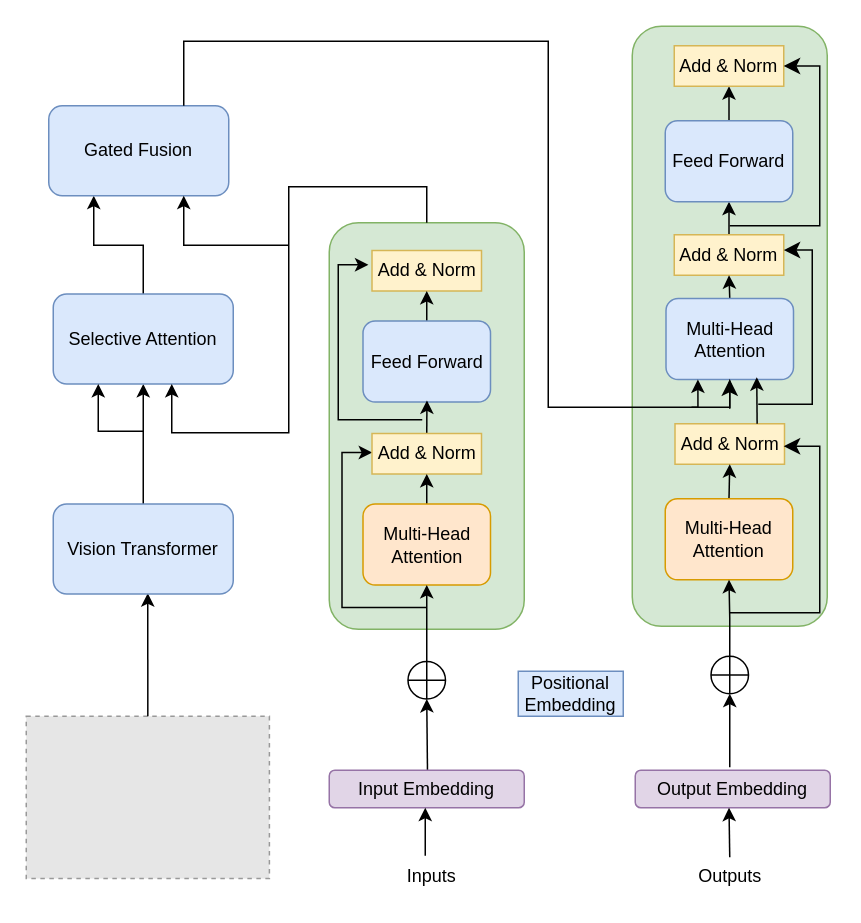
This is Multimodal Transformer.drawio from babangain/drawio, a draw.io file, before an edit. Source tidied: cells renumbered, new cells numbered last; positions are measured from the earlier drawing's top-left corner, leaving out a move shared by most shapes. Both pictures are drawn from the tidied source at 150%, with x=0, y=0 at pixel (26, 26). Pictures stored in the file or linked from it are replaced by grey dashed boxes.
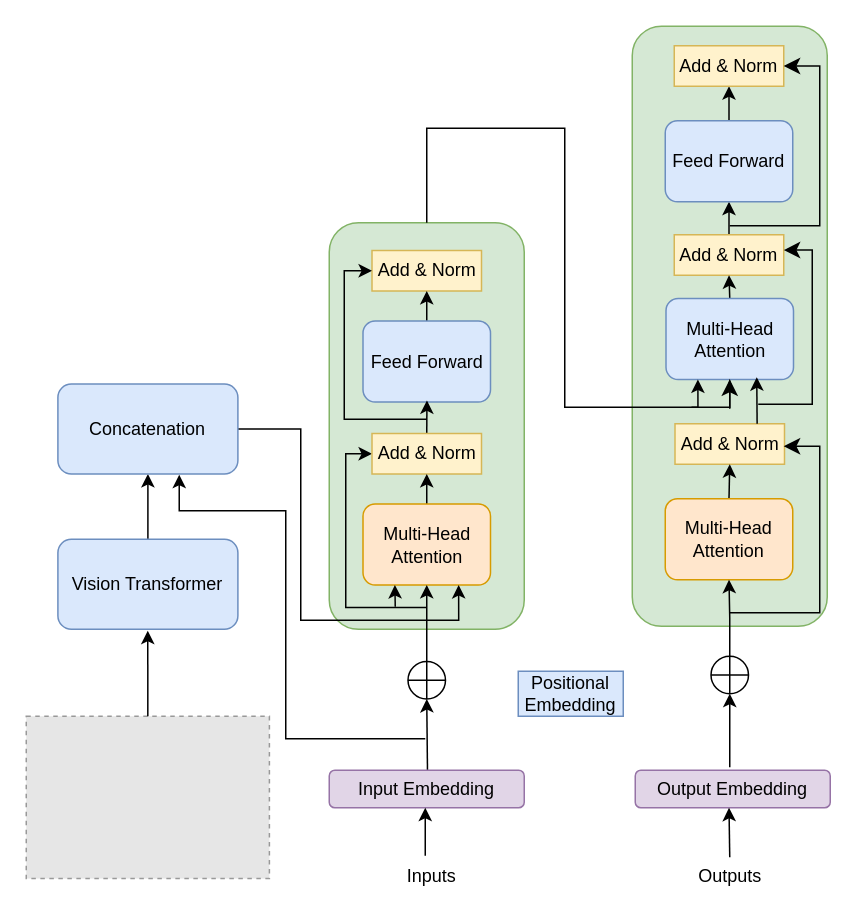
After the change.

Unchanged cells that the change refers to:
```xml
<mxCell id="2" style="rounded=1;whiteSpace=wrap;html=1;fillColor=#d5e8d4;strokeColor=#82b366;" parent="1" vertex="1">
  <mxGeometry x="202" y="131" width="130" height="271" as="geometry" />
</mxCell>
<mxCell id="3" value="Add &amp;amp; Norm" style="rounded=0;whiteSpace=wrap;html=1;fillColor=#fff2cc;strokeColor=#d6b656;flipV=1;" parent="1" vertex="1">
  <mxGeometry x="230.5" y="149.5" width="73" height="27" as="geometry" />
</mxCell>
<mxCell id="8" value="Add &amp;amp; Norm" style="rounded=0;whiteSpace=wrap;html=1;fillColor=#fff2cc;strokeColor=#d6b656;flipV=1;" parent="1" vertex="1">
  <mxGeometry x="230.5" y="271.5" width="73" height="27" as="geometry" />
</mxCell>
<mxCell id="10" value="Multi-Head&lt;br&gt;Attention" style="rounded=1;whiteSpace=wrap;html=1;fillColor=#ffe6cc;strokeColor=#d79b00;flipV=1;" parent="1" vertex="1">
  <mxGeometry x="224.5" y="318.5" width="85" height="54" as="geometry" />
</mxCell>
<mxCell id="18" value="Multi-Head&lt;br&gt;Attention" style="rounded=1;whiteSpace=wrap;html=1;fillColor=#dae8fc;strokeColor=#6c8ebf;flipV=1;" parent="1" vertex="1">
  <mxGeometry x="426.5" y="181.5" width="85" height="54" as="geometry" />
</mxCell>
<mxCell id="37" style="fillColor=#E6E6E6;strokeColor=#999999;dashed=1;verticalLabelPosition=bottom;labelBackgroundColor=default;verticalAlign=top;" parent="1" vertex="1">
  <mxGeometry y="460" width="162.1" height="108.2" as="geometry" />
</mxCell>
```

What changed in the source:
```diff
@@
-    <mxCell id="6" style="edgeStyle=orthogonalEdgeStyle;rounded=0;orthogonalLoop=1;jettySize=auto;html=1;exitX=0;exitY=0.5;exitDx=0;exitDy=0;startArrow=classic;startFill=1;endArrow=none;endFill=0;" parent="1" edge="1">
+    <mxCell id="6" style="edgeStyle=orthogonalEdgeStyle;rounded=0;jettySize=auto;html=1;exitX=0;exitY=0.5;exitDx=0;exitDy=0;startArrow=classic;startFill=1;endArrow=none;endFill=0;" parent="1" edge="1" source="8">
       <mxGeometry relative="1" as="geometry">
-        <mxPoint x="230.6" y="284.2" as="sourcePoint" />
         <mxPoint x="266.5" y="387.5" as="targetPoint" />
         <Array as="points">
-          <mxPoint x="210.5" y="283.5" />
-          <mxPoint x="210.5" y="387.5" />
-          <mxPoint x="224.5" y="387.5" />
+          <mxPoint x="213" y="285" />
+          <mxPoint x="213" y="388" />
         </Array>
       </mxGeometry>
     </mxCell>
@@
-    <mxCell id="31" style="edgeStyle=orthogonalEdgeStyle;rounded=0;orthogonalLoop=1;jettySize=auto;html=1;exitX=0;exitY=0.5;exitDx=0;exitDy=0;startArrow=classic;startFill=1;endArrow=none;endFill=0;" parent="1" edge="1">
+    <mxCell id="31" style="edgeStyle=orthogonalEdgeStyle;rounded=0;jettySize=auto;html=1;exitX=0;exitY=0.5;exitDx=0;exitDy=0;startArrow=classic;startFill=1;endArrow=none;endFill=0;" parent="1" edge="1" source="3">
       <mxGeometry relative="1" as="geometry">
-        <mxPoint x="228.1" y="159" as="sourcePoint" />
-        <mxPoint x="264" y="262.3" as="targetPoint" />
+        <mxPoint x="267" y="262" as="targetPoint" />
         <Array as="points">
-          <mxPoint x="208" y="158.3" />
-          <mxPoint x="208" y="262.3" />
-          <mxPoint x="222" y="262.3" />
+          <mxPoint x="212" y="163" />
+          <mxPoint x="212" y="262" />
         </Array>
       </mxGeometry>
     </mxCell>
@@
     <mxCell id="38" style="endArrow=classic;html=1;rounded=0;exitX=0.5;exitY=0;exitDx=0;exitDy=0;" parent="1" edge="1" source="37">
       <mxGeometry relative="1" as="geometry">
-        <mxPoint x="81" y="378" as="targetPoint" />
+        <mxPoint x="81" y="403" as="targetPoint" />
       </mxGeometry>
     </mxCell>
-    <mxCell id="39" style="edgeStyle=orthogonalEdgeStyle;rounded=0;jettySize=auto;html=1;" parent="1" edge="1" source="40" target="42">
-      <mxGeometry relative="1" as="geometry" />
+    <mxCell id="39" style="edgeStyle=orthogonalEdgeStyle;rounded=0;jettySize=auto;html=1;entryX=0.75;entryY=1;entryDx=0;entryDy=0;exitX=1;exitY=0.5;exitDx=0;exitDy=0;" parent="1" edge="1" source="55" target="10">
+      <mxGeometry relative="1" as="geometry">
+        <Array as="points">
+          <mxPoint x="183" y="269" />
+          <mxPoint x="183" y="396" />
+          <mxPoint x="288" y="396" />
+        </Array>
+      </mxGeometry>
     </mxCell>
+    <mxCell id="53" style="edgeStyle=orthogonalEdgeStyle;rounded=0;jettySize=auto;html=1;" parent="1" edge="1" source="40" target="55">
+      <mxGeometry relative="1" as="geometry" />
+    </mxCell>
     <mxCell id="40" value="Vision Transformer" style="rounded=1;whiteSpace=wrap;html=1;fillColor=#dae8fc;strokeColor=#6c8ebf;" parent="1" vertex="1">
-      <mxGeometry x="18" y="318.5" width="120" height="60" as="geometry" />
+      <mxGeometry x="21.1" y="342" width="120" height="60" as="geometry" />
     </mxCell>
-    <mxCell id="41" style="edgeStyle=orthogonalEdgeStyle;rounded=0;jettySize=auto;html=1;entryX=0.25;entryY=1;entryDx=0;entryDy=0;" parent="1" edge="1" source="42" target="45">
-      <mxGeometry relative="1" as="geometry">
-        <Array as="points">
-          <mxPoint x="78" y="146" />
-          <mxPoint x="45" y="146" />
-        </Array>
-      </mxGeometry>
-    </mxCell>
-    <mxCell id="42" value="Selective Attention" style="whiteSpace=wrap;html=1;fillColor=#dae8fc;strokeColor=#6c8ebf;rounded=1;" parent="1" vertex="1">
-      <mxGeometry x="18" y="178.5" width="120" height="60" as="geometry" />
-    </mxCell>
-    <mxCell id="43" style="edgeStyle=orthogonalEdgeStyle;rounded=0;jettySize=auto;html=1;startArrow=classic;startFill=1;endArrow=none;endFill=0;entryX=0.5;entryY=0;entryDx=0;entryDy=0;" parent="1" edge="1" source="42" target="2">
-      <mxGeometry relative="1" as="geometry">
-        <Array as="points">
-          <mxPoint x="97" y="271" />
-          <mxPoint x="175" y="271" />
-          <mxPoint x="175" y="107" />
-          <mxPoint x="267" y="107" />
-        </Array>
-      </mxGeometry>
-    </mxCell>
-    <mxCell id="44" style="endArrow=classic;html=1;rounded=0;entryX=0.25;entryY=1;entryDx=0;entryDy=0;" parent="1" edge="1" target="42">
-      <mxGeometry relative="1" as="geometry">
-        <mxPoint x="78" y="270" as="sourcePoint" />
-        <Array as="points">
-          <mxPoint x="48" y="270" />
-        </Array>
-      </mxGeometry>
-    </mxCell>
-    <mxCell id="45" value="Gated Fusion" style="whiteSpace=wrap;html=1;fillColor=#dae8fc;strokeColor=#6c8ebf;rounded=1;" parent="1" vertex="1">
-      <mxGeometry x="15" y="53" width="120" height="60" as="geometry" />
-    </mxCell>
-    <mxCell id="46" style="endArrow=classic;html=1;rounded=0;entryX=0.75;entryY=1;entryDx=0;entryDy=0;" parent="1" edge="1" target="45">
-      <mxGeometry relative="1" as="geometry">
-        <mxPoint x="175" y="146" as="sourcePoint" />
-        <Array as="points">
-          <mxPoint x="105" y="146" />
-        </Array>
-      </mxGeometry>
-    </mxCell>
-    <mxCell id="47" style="edgeStyle=orthogonalEdgeStyle;rounded=0;jettySize=auto;html=1;startArrow=classic;startFill=1;endArrow=none;endFill=0;exitX=0.25;exitY=1;exitDx=0;exitDy=0;entryX=0.75;entryY=0;entryDx=0;entryDy=0;" parent="1" edge="1" source="18" target="45">
+    <mxCell id="47" style="edgeStyle=orthogonalEdgeStyle;rounded=0;jettySize=auto;html=1;startArrow=classic;startFill=1;endArrow=none;endFill=0;exitX=0.25;exitY=1;exitDx=0;exitDy=0;entryX=0.5;entryY=0;entryDx=0;entryDy=0;" parent="1" edge="1" source="18" target="2">
       <mxGeometry relative="1" as="geometry">
         <Array as="points">
           <mxPoint x="448" y="254" />
-          <mxPoint x="348" y="254" />
-          <mxPoint x="348" y="10" />
-          <mxPoint x="105" y="10" />
+          <mxPoint x="359" y="254" />
+          <mxPoint x="359" y="68" />
+          <mxPoint x="267" y="68" />
         </Array>
       </mxGeometry>
     </mxCell>
@@
+    <mxCell id="54" style="endArrow=classic;html=1;rounded=0;entryX=0.25;entryY=1;entryDx=0;entryDy=0;" parent="1" edge="1" target="10">
+      <mxGeometry relative="1" as="geometry">
+        <mxPoint x="246" y="387" as="sourcePoint" />
+      </mxGeometry>
+    </mxCell>
+    <mxCell id="55" value="Concatenation" style="whiteSpace=wrap;html=1;fillColor=#dae8fc;strokeColor=#6c8ebf;rounded=1;" parent="1" vertex="1">
+      <mxGeometry x="21.1" y="238.5" width="120" height="60" as="geometry" />
+    </mxCell>
+    <mxCell id="56" style="endArrow=classic;html=1;rounded=0;entryX=0.674;entryY=1.008;entryDx=0;entryDy=0;entryPerimeter=0;" parent="1" edge="1" target="55">
+      <mxGeometry relative="1" as="geometry">
+        <mxPoint x="266" y="475" as="sourcePoint" />
+        <Array as="points">
+          <mxPoint x="173" y="475" />
+          <mxPoint x="173" y="323" />
+          <mxPoint x="102" y="323" />
+        </Array>
+      </mxGeometry>
+    </mxCell>
```
